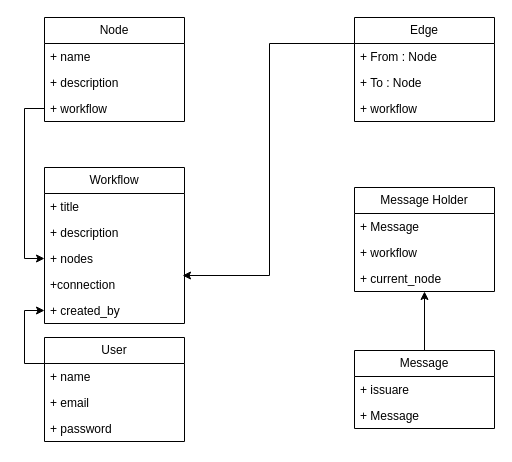
hasanforaty/FlexFlowAPI keeps this draw.io diagram as diagrams/Classes.drawio. Above is the earlier version. Source tidied: cells renumbered, new cells numbered last; positions are measured from the earlier drawing's top-left corner, leaving out a move shared by most shapes. Both pictures are drawn from the tidied source at 100%, with x=0, y=0 at pixel (44, 17).
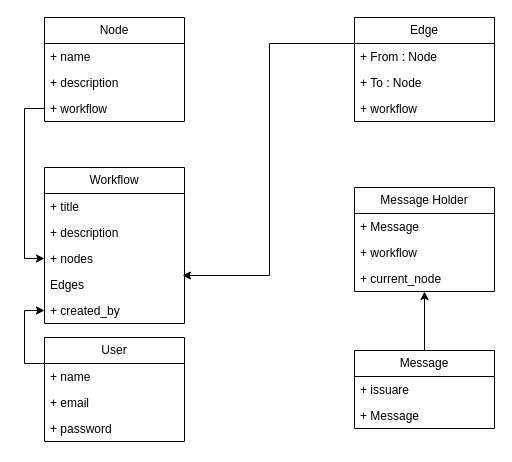
After the change.

The change refers to these unchanged cells:
```xml
<mxCell id="10" value="Workflow" style="swimlane;fontStyle=0;horizontal=1;startSize=26;fillColor=none;whiteSpace=wrap;html=1;" parent="1" vertex="1">
  <mxGeometry y="150" width="140" height="156" as="geometry" />
</mxCell>
```

The edit, as a diff of the source:
```diff
@@
-    <mxCell id="14" value="+connection" style="text;strokeColor=none;fillColor=none;align=left;verticalAlign=top;spacingLeft=4;spacingRight=4;overflow=hidden;points=[[0,0.5],[1,0.5]];portConstraint=eastwest;whiteSpace=wrap;html=1;" parent="10" vertex="1">
+    <mxCell id="14" value="Edges" style="text;strokeColor=none;fillColor=none;align=left;verticalAlign=top;spacingLeft=4;spacingRight=4;overflow=hidden;points=[[0,0.5],[1,0.5]];portConstraint=eastwest;whiteSpace=wrap;html=1;" parent="10" vertex="1">
       <mxGeometry y="104" width="140" height="26" as="geometry" />
     </mxCell>
```
